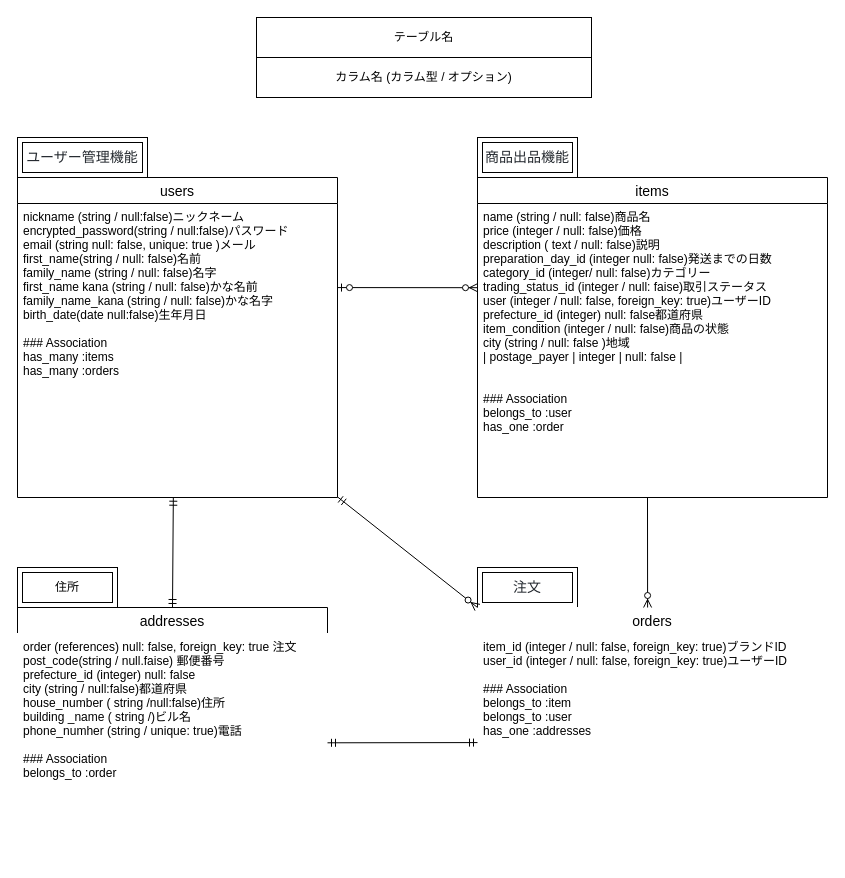
Earlier version of the draw.io diagram ER図.dio (mitsuonitta/furima-38914). Source tidied: cells renumbered, new cells numbered last; positions are measured from the earlier drawing's top-left corner, leaving out a move shared by most shapes. Both pictures are drawn from the tidied source at 100%, with x=0, y=0 at pixel (17, 17).
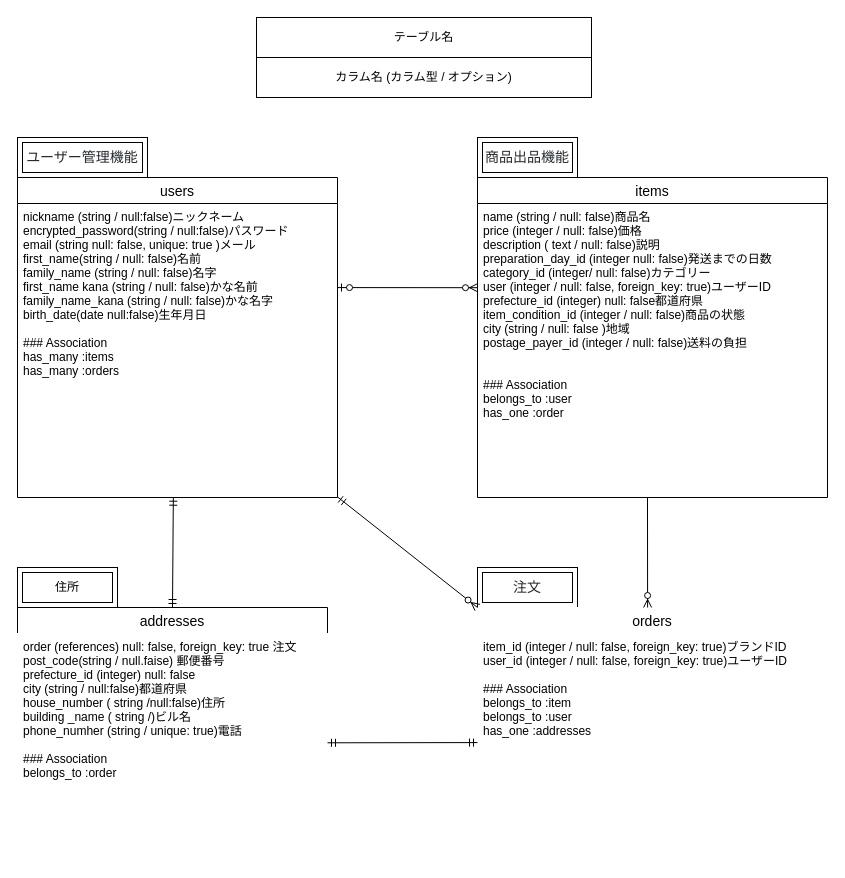
After the change.

Commit message (it also covers changes not shown here):
third commit custom08

The change refers to these unchanged cells:
```xml
<mxCell id="4" value="items" style="swimlane;fontStyle=0;horizontal=1;startSize=26;align=center;fontSize=14;" parent="1" vertex="1">
  <mxGeometry x="460" y="160" width="350" height="320" as="geometry" />
</mxCell>
```

Change to the diagram source:
```diff
@@
-    <mxCell id="5" value="name (string / null: false)商品名&#10;price (integer / null: false)価格&#10;description ( text / null: false)説明&#10;preparation_day_id (integer null: false)発送までの日数&#10;category_id (integer/ null: false)カテゴリー&#10;trading_status_id (integer / null: faise)取引ステータス&#10;user (integer / null: false, foreign_key: true)ユーザーID&#10;prefecture_id (integer) null: false都道府県&#10;item_condition (integer / null: false)商品の状態&#10;city (string / null: false )地域&#10;| postage_payer      | integer    | null: false                    |&#10;&#10;&#10;### Association&#10;belongs_to :user &#10;has_one :order&#10;" style="text;strokeColor=none;fillColor=none;spacingLeft=4;spacingRight=4;overflow=hidden;fontSize=12;" parent="4" vertex="1">
+    <mxCell id="5" value="name (string / null: false)商品名&#10;price (integer / null: false)価格&#10;description ( text / null: false)説明&#10;preparation_day_id (integer null: false)発送までの日数&#10;category_id (integer/ null: false)カテゴリー&#10;user (integer / null: false, foreign_key: true)ユーザーID&#10;prefecture_id (integer) null: false都道府県&#10;item_condition_id (integer / null: false)商品の状態&#10;city (string / null: false )地域&#10;postage_payer_id (integer / null: false)送料の負担&#10;&#10;&#10;### Association&#10;belongs_to :user &#10;has_one :order&#10;" style="text;strokeColor=none;fillColor=none;spacingLeft=4;spacingRight=4;overflow=hidden;fontSize=12;" parent="4" vertex="1">
       <mxGeometry y="26" width="350" height="294" as="geometry" />
     </mxCell>
```
